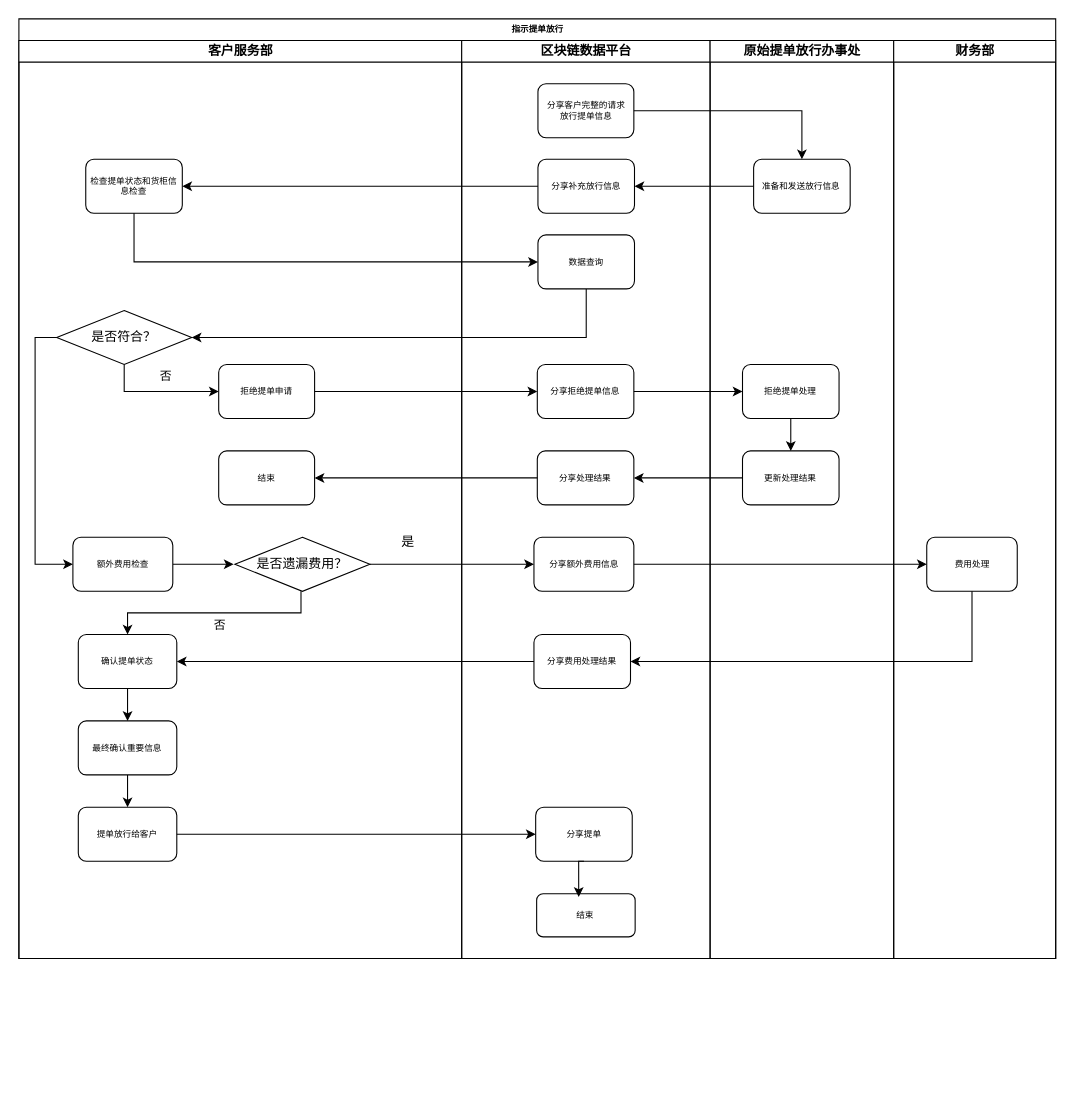
Earlier version of the draw.io diagram 指示提单放行优化后.drawio (huangdamon/taobao_catch). Source tidied: cells renumbered, new cells numbered last; positions are measured from the earlier drawing's top-left corner, leaving out a move shared by most shapes. Both pictures are drawn from the tidied source at 108%, with x=0, y=0 at pixel (18, 18).
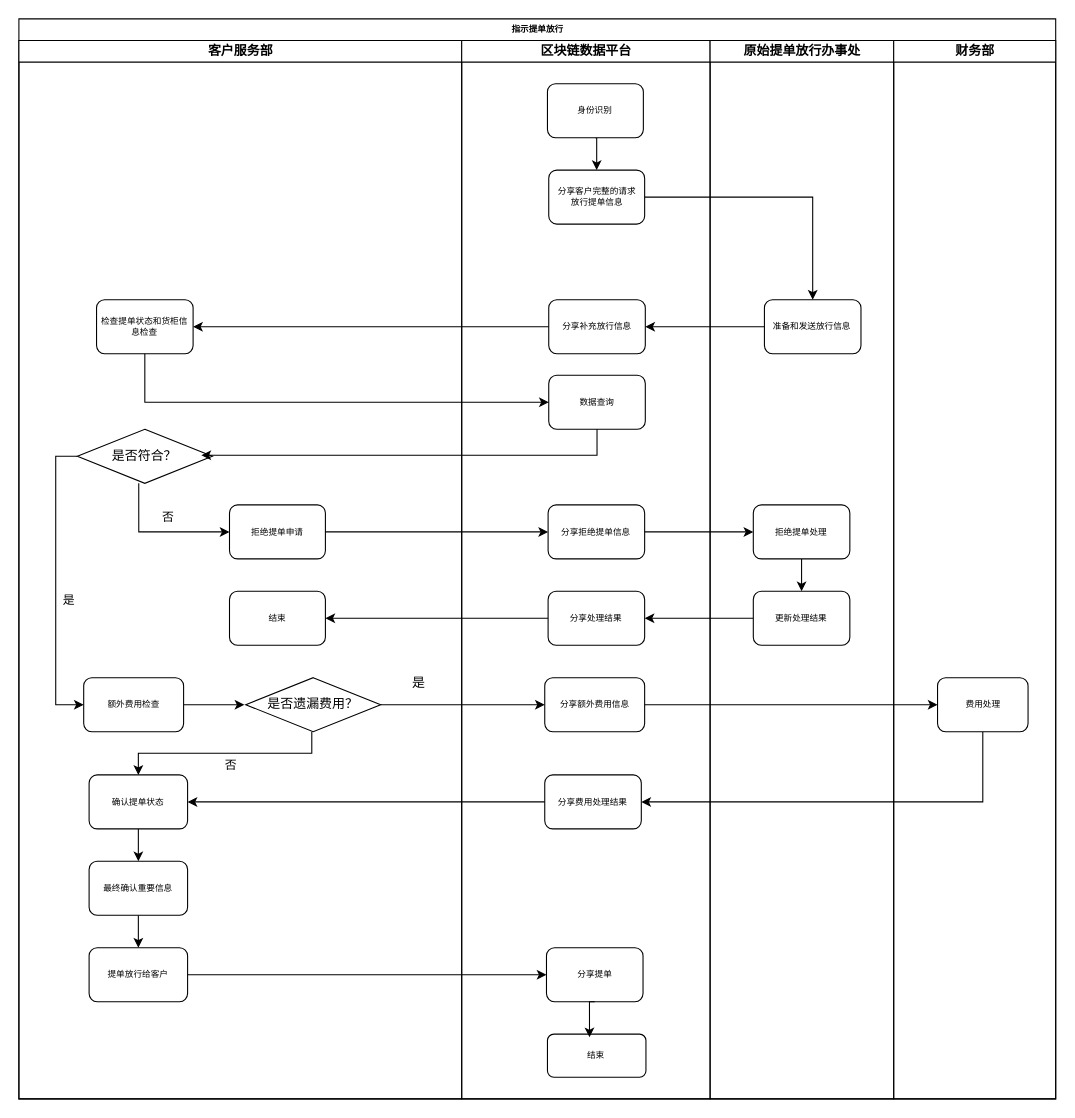
After the change.

Commit message:
更新指示提单放行优化后.drawio

The edit, as a diff of the source:
```diff
@@
     <mxCell id="2" value="指示提单放行" style="swimlane;html=1;startSize=20;rounded=0;shadow=0;labelBackgroundColor=none;strokeWidth=1;fontFamily=Verdana;fontSize=8;align=center;" parent="1" vertex="1">
-      <mxGeometry width="960" height="870" as="geometry" />
+      <mxGeometry width="960" height="1000" as="geometry" />
     </mxCell>
     <mxCell id="3" value="客户服务部" style="swimlane;html=1;startSize=20;" parent="2" vertex="1">
-      <mxGeometry y="20" width="410" height="850" as="geometry" />
+      <mxGeometry y="20" width="410" height="980" as="geometry" />
     </mxCell>
     <mxCell id="4" style="edgeStyle=orthogonalEdgeStyle;rounded=0;jettySize=auto;html=1;exitX=1;exitY=0.5;exitDx=0;exitDy=0;entryX=0;entryY=0.5;entryDx=0;entryDy=0;" parent="3" edge="1" source="5">
       <mxGeometry relative="1" as="geometry">
-        <mxPoint x="198.8" y="485" as="targetPoint" />
+        <mxPoint x="208.8" y="615" as="targetPoint" />
       </mxGeometry>
     </mxCell>
     <mxCell id="5" value="额外费用检查" style="rounded=1;whiteSpace=wrap;html=1;shadow=0;labelBackgroundColor=none;strokeWidth=1;fontFamily=Verdana;fontSize=8;align=center;" parent="3" vertex="1">
-      <mxGeometry x="50" y="460" width="92.5" height="50" as="geometry" />
+      <mxGeometry x="60" y="590" width="92.5" height="50" as="geometry" />
     </mxCell>
     <mxCell id="6" style="edgeStyle=orthogonalEdgeStyle;rounded=0;jettySize=auto;html=1;exitX=0.5;exitY=1;exitDx=0;exitDy=0;entryX=0.5;entryY=0;entryDx=0;entryDy=0;" parent="3" edge="1" target="11">
       <mxGeometry relative="1" as="geometry">
-        <mxPoint x="261.2" y="510" as="sourcePoint" />
+        <mxPoint x="271.2" y="640" as="sourcePoint" />
         <Array as="points">
-          <mxPoint x="261" y="530" />
-          <mxPoint x="101" y="530" />
+          <mxPoint x="271" y="660" />
+          <mxPoint x="111" y="660" />
         </Array>
       </mxGeometry>
     </mxCell>
@@
     <mxCell id="8" value="是否遗漏费用？" style="rhombus;whiteSpace=wrap;html=1;" parent="3" vertex="1">
-      <mxGeometry x="200" y="460" width="125" height="50" as="geometry" />
+      <mxGeometry x="210" y="590" width="125" height="50" as="geometry" />
     </mxCell>
     <mxCell id="9" value="是" style="text;html=1;align=center;verticalAlign=middle;strokeColor=none;fillColor=none;" parent="3" vertex="1">
-      <mxGeometry x="340" y="450" width="40" height="30" as="geometry" />
+      <mxGeometry x="350" y="580" width="40" height="30" as="geometry" />
     </mxCell>
@@
     <mxCell id="11" value="确认提单状态" style="rounded=1;whiteSpace=wrap;html=1;shadow=0;labelBackgroundColor=none;strokeWidth=1;fontFamily=Verdana;fontSize=8;align=center;" parent="3" vertex="1">
-      <mxGeometry x="55" y="550" width="91.2" height="50" as="geometry" />
+      <mxGeometry x="65" y="680" width="91.2" height="50" as="geometry" />
     </mxCell>
@@
     <mxCell id="13" value="最终确认重要信息" style="rounded=1;whiteSpace=wrap;html=1;shadow=0;labelBackgroundColor=none;strokeWidth=1;fontFamily=Verdana;fontSize=8;align=center;" parent="3" vertex="1">
-      <mxGeometry x="55" y="630" width="91.2" height="50" as="geometry" />
+      <mxGeometry x="65" y="760" width="91.2" height="50" as="geometry" />
     </mxCell>
     <mxCell id="14" value="提单放行给客户" style="rounded=1;whiteSpace=wrap;html=1;shadow=0;labelBackgroundColor=none;strokeWidth=1;fontFamily=Verdana;fontSize=8;align=center;" parent="3" vertex="1">
-      <mxGeometry x="55" y="710" width="91.2" height="50" as="geometry" />
+      <mxGeometry x="65" y="840" width="91.2" height="50" as="geometry" />
     </mxCell>
     <mxCell id="15" value="检查提单状态和货柜信息检查" style="rounded=1;whiteSpace=wrap;html=1;shadow=0;labelBackgroundColor=none;strokeWidth=1;fontFamily=Verdana;fontSize=8;align=center;" parent="3" vertex="1">
-      <mxGeometry x="61.9" y="110" width="89.4" height="50" as="geometry" />
+      <mxGeometry x="71.9" y="240" width="89.4" height="50" as="geometry" />
     </mxCell>
-    <mxCell id="16" style="edgeStyle=orthogonalEdgeStyle;rounded=0;jettySize=auto;html=1;exitX=0.5;exitY=1;exitDx=0;exitDy=0;entryX=0;entryY=0.5;entryDx=0;entryDy=0;" parent="3" edge="1" source="19" target="20">
+    <mxCell id="16" style="edgeStyle=orthogonalEdgeStyle;rounded=0;jettySize=auto;html=1;exitX=0.455;exitY=1;exitDx=0;exitDy=0;entryX=0;entryY=0.5;entryDx=0;entryDy=0;exitPerimeter=0;" parent="3" edge="1" source="19" target="20">
       <mxGeometry relative="1" as="geometry" />
     </mxCell>
@@
     <mxCell id="19" value="是否符合？" style="rhombus;whiteSpace=wrap;html=1;" parent="3" vertex="1">
-      <mxGeometry x="35" y="250" width="125" height="50" as="geometry" />
+      <mxGeometry x="54.1" y="360" width="125" height="50" as="geometry" />
     </mxCell>
     <mxCell id="20" value="拒绝提单申请" style="rounded=1;whiteSpace=wrap;html=1;shadow=0;labelBackgroundColor=none;strokeWidth=1;fontFamily=Verdana;fontSize=8;align=center;" parent="3" vertex="1">
-      <mxGeometry x="185" y="300" width="88.8" height="50" as="geometry" />
+      <mxGeometry x="195" y="430" width="88.8" height="50" as="geometry" />
     </mxCell>
     <mxCell id="21" value="结束" style="rounded=1;whiteSpace=wrap;html=1;shadow=0;labelBackgroundColor=none;strokeWidth=1;fontFamily=Verdana;fontSize=8;align=center;" parent="3" vertex="1">
-      <mxGeometry x="185" y="380" width="88.8" height="50" as="geometry" />
+      <mxGeometry x="195" y="510" width="88.8" height="50" as="geometry" />
     </mxCell>
     <mxCell id="22" value="区块链数据平台" style="swimlane;html=1;startSize=20;" parent="2" vertex="1">
-      <mxGeometry x="410" y="20" width="230" height="850" as="geometry" />
+      <mxGeometry x="410" y="20" width="230" height="980" as="geometry" />
     </mxCell>
     <mxCell id="23" value="分享客户完整的请求&lt;br&gt;放行提单信息" style="rounded=1;whiteSpace=wrap;html=1;shadow=0;labelBackgroundColor=none;strokeWidth=1;fontFamily=Verdana;fontSize=8;align=center;" parent="22" vertex="1">
-      <mxGeometry x="70.6" y="40" width="88.8" height="50" as="geometry" />
+      <mxGeometry x="80.6" y="120" width="88.8" height="50" as="geometry" />
     </mxCell>
     <mxCell id="24" value="分享补充放行信息" style="rounded=1;whiteSpace=wrap;html=1;shadow=0;labelBackgroundColor=none;strokeWidth=1;fontFamily=Verdana;fontSize=8;align=center;" parent="22" vertex="1">
-      <mxGeometry x="70.6" y="110" width="89.4" height="50" as="geometry" />
+      <mxGeometry x="80.6" y="240" width="89.4" height="50" as="geometry" />
     </mxCell>
     <mxCell id="25" value="数据查询" style="rounded=1;whiteSpace=wrap;html=1;shadow=0;labelBackgroundColor=none;strokeWidth=1;fontFamily=Verdana;fontSize=8;align=center;" parent="22" vertex="1">
-      <mxGeometry x="70.6" y="180" width="89.4" height="50" as="geometry" />
+      <mxGeometry x="80.6" y="310" width="89.4" height="50" as="geometry" />
     </mxCell>
     <mxCell id="26" value="分享拒绝提单信息" style="rounded=1;whiteSpace=wrap;html=1;shadow=0;labelBackgroundColor=none;strokeWidth=1;fontFamily=Verdana;fontSize=8;align=center;" parent="22" vertex="1">
-      <mxGeometry x="70" y="300" width="89.4" height="50" as="geometry" />
+      <mxGeometry x="80" y="430" width="89.4" height="50" as="geometry" />
     </mxCell>
     <mxCell id="27" value="分享处理结果" style="rounded=1;whiteSpace=wrap;html=1;shadow=0;labelBackgroundColor=none;strokeWidth=1;fontFamily=Verdana;fontSize=8;align=center;" parent="22" vertex="1">
-      <mxGeometry x="70" y="380" width="89.4" height="50" as="geometry" />
+      <mxGeometry x="80" y="510" width="89.4" height="50" as="geometry" />
     </mxCell>
     <mxCell id="28" value="分享额外费用信息" style="rounded=1;whiteSpace=wrap;html=1;shadow=0;labelBackgroundColor=none;strokeWidth=1;fontFamily=Verdana;fontSize=8;align=center;" parent="22" vertex="1">
-      <mxGeometry x="66.9" y="460" width="92.5" height="50" as="geometry" />
+      <mxGeometry x="76.9" y="590" width="92.5" height="50" as="geometry" />
     </mxCell>
     <mxCell id="29" value="分享费用处理结果" style="rounded=1;whiteSpace=wrap;html=1;shadow=0;labelBackgroundColor=none;strokeWidth=1;fontFamily=Verdana;fontSize=8;align=center;" parent="22" vertex="1">
-      <mxGeometry x="66.9" y="550" width="89.4" height="50" as="geometry" />
+      <mxGeometry x="76.9" y="680" width="89.4" height="50" as="geometry" />
     </mxCell>
     <mxCell id="30" value="分享提单" style="rounded=1;whiteSpace=wrap;html=1;shadow=0;labelBackgroundColor=none;strokeWidth=1;fontFamily=Verdana;fontSize=8;align=center;" parent="22" vertex="1">
-      <mxGeometry x="68.5" y="710" width="89.4" height="50" as="geometry" />
+      <mxGeometry x="78.5" y="840" width="89.4" height="50" as="geometry" />
     </mxCell>
     <mxCell id="31" value="结束" style="rounded=1;whiteSpace=wrap;html=1;shadow=0;labelBackgroundColor=none;strokeWidth=1;fontFamily=Verdana;fontSize=8;align=center;" parent="22" vertex="1">
-      <mxGeometry x="69.4" y="790" width="91.2" height="40" as="geometry" />
+      <mxGeometry x="79.4" y="920" width="91.2" height="40" as="geometry" />
     </mxCell>
@@
-    <mxCell id="33" value="原始提单放行办事处" style="swimlane;html=1;startSize=20;" parent="2" vertex="1">
-      <mxGeometry x="640" y="20" width="170" height="850" as="geometry" />
-    </mxCell>
-    <mxCell id="34" value="准备和发送放行信息" style="rounded=1;whiteSpace=wrap;html=1;shadow=0;labelBackgroundColor=none;strokeWidth=1;fontFamily=Verdana;fontSize=8;align=center;" parent="33" vertex="1">
-      <mxGeometry x="40.3" y="110" width="89.4" height="50" as="geometry" />
-    </mxCell>
-    <mxCell id="35" style="edgeStyle=orthogonalEdgeStyle;rounded=0;jettySize=auto;html=1;exitX=0.5;exitY=1;exitDx=0;exitDy=0;entryX=0.5;entryY=0;entryDx=0;entryDy=0;" parent="33" edge="1" source="36" target="37">
-      <mxGeometry relative="1" as="geometry" />
-    </mxCell>
-    <mxCell id="36" value="拒绝提单处理" style="rounded=1;whiteSpace=wrap;html=1;shadow=0;labelBackgroundColor=none;strokeWidth=1;fontFamily=Verdana;fontSize=8;align=center;" parent="33" vertex="1">
-      <mxGeometry x="30" y="300" width="89.4" height="50" as="geometry" />
-    </mxCell>
-    <mxCell id="37" value="更新处理结果" style="rounded=1;whiteSpace=wrap;html=1;shadow=0;labelBackgroundColor=none;strokeWidth=1;fontFamily=Verdana;fontSize=8;align=center;" parent="33" vertex="1">
-      <mxGeometry x="30" y="380" width="89.4" height="50" as="geometry" />
-    </mxCell>
-    <mxCell id="38" value="财务部" style="swimlane;html=1;startSize=20;" parent="2" vertex="1">
-      <mxGeometry x="810" y="20" width="150" height="850" as="geometry" />
-    </mxCell>
-    <mxCell id="39" value="费用处理" style="rounded=1;whiteSpace=wrap;html=1;shadow=0;labelBackgroundColor=none;strokeWidth=1;fontFamily=Verdana;fontSize=8;align=center;" parent="38" vertex="1">
-      <mxGeometry x="30.6" y="460" width="83.8" height="50" as="geometry" />
-    </mxCell>
-    <mxCell id="40" style="edgeStyle=orthogonalEdgeStyle;rounded=0;jettySize=auto;html=1;exitX=1;exitY=0.5;exitDx=0;exitDy=0;entryX=0.5;entryY=0;entryDx=0;entryDy=0;" parent="2" edge="1" source="23" target="34">
-      <mxGeometry relative="1" as="geometry" />
-    </mxCell>
+    <mxCell id="54" style="edgeStyle=orthogonalEdgeStyle;rounded=0;jettySize=auto;html=1;exitX=0.5;exitY=1;exitDx=0;exitDy=0;entryX=0.5;entryY=0;entryDx=0;entryDy=0;" parent="22" edge="1" source="55" target="23">
+      <mxGeometry relative="1" as="geometry" />
+    </mxCell>
+    <mxCell id="55" value="身份识别" style="rounded=1;whiteSpace=wrap;html=1;shadow=0;labelBackgroundColor=none;strokeWidth=1;fontFamily=Verdana;fontSize=8;align=center;" parent="22" vertex="1">
+      <mxGeometry x="79.4" y="40" width="88.8" height="50" as="geometry" />
+    </mxCell>
@@
-    <mxCell id="44" style="edgeStyle=orthogonalEdgeStyle;rounded=0;jettySize=auto;html=1;exitX=0.5;exitY=1;exitDx=0;exitDy=0;entryX=1;entryY=0.5;entryDx=0;entryDy=0;" parent="2" edge="1" source="25" target="19">
+    <mxCell id="44" style="edgeStyle=orthogonalEdgeStyle;rounded=0;jettySize=auto;html=1;exitX=0.5;exitY=1;exitDx=0;exitDy=0;entryX=0.919;entryY=0.48;entryDx=0;entryDy=0;entryPerimeter=0;" parent="2" edge="1" source="25" target="19">
       <mxGeometry relative="1" as="geometry" />
     </mxCell>
@@
+    <mxCell id="33" value="原始提单放行办事处" style="swimlane;html=1;startSize=20;" parent="2" vertex="1">
+      <mxGeometry x="640" y="20" width="170" height="980" as="geometry" />
+    </mxCell>
+    <mxCell id="34" value="准备和发送放行信息" style="rounded=1;whiteSpace=wrap;html=1;shadow=0;labelBackgroundColor=none;strokeWidth=1;fontFamily=Verdana;fontSize=8;align=center;" parent="33" vertex="1">
+      <mxGeometry x="50.3" y="240" width="89.4" height="50" as="geometry" />
+    </mxCell>
+    <mxCell id="35" style="edgeStyle=orthogonalEdgeStyle;rounded=0;jettySize=auto;html=1;exitX=0.5;exitY=1;exitDx=0;exitDy=0;entryX=0.5;entryY=0;entryDx=0;entryDy=0;" parent="33" edge="1" source="36" target="37">
+      <mxGeometry relative="1" as="geometry" />
+    </mxCell>
+    <mxCell id="36" value="拒绝提单处理" style="rounded=1;whiteSpace=wrap;html=1;shadow=0;labelBackgroundColor=none;strokeWidth=1;fontFamily=Verdana;fontSize=8;align=center;" parent="33" vertex="1">
+      <mxGeometry x="40" y="430" width="89.4" height="50" as="geometry" />
+    </mxCell>
+    <mxCell id="37" value="更新处理结果" style="rounded=1;whiteSpace=wrap;html=1;shadow=0;labelBackgroundColor=none;strokeWidth=1;fontFamily=Verdana;fontSize=8;align=center;" parent="33" vertex="1">
+      <mxGeometry x="40" y="510" width="89.4" height="50" as="geometry" />
+    </mxCell>
+    <mxCell id="38" value="财务部" style="swimlane;html=1;startSize=20;" parent="2" vertex="1">
+      <mxGeometry x="810" y="20" width="150" height="980" as="geometry" />
+    </mxCell>
+    <mxCell id="39" value="费用处理" style="rounded=1;whiteSpace=wrap;html=1;shadow=0;labelBackgroundColor=none;strokeWidth=1;fontFamily=Verdana;fontSize=8;align=center;" parent="38" vertex="1">
+      <mxGeometry x="40.6" y="590" width="83.8" height="50" as="geometry" />
+    </mxCell>
+    <mxCell id="40" style="edgeStyle=orthogonalEdgeStyle;rounded=0;jettySize=auto;html=1;exitX=1;exitY=0.5;exitDx=0;exitDy=0;entryX=0.5;entryY=0;entryDx=0;entryDy=0;" parent="2" edge="1" source="23" target="34">
+      <mxGeometry relative="1" as="geometry" />
+    </mxCell>
+    <mxCell id="56" value="是" style="edgeLabel;html=1;align=center;verticalAlign=middle;" parent="1" vertex="1">
+      <mxGeometry x="147.9" y="470" as="geometry">
+        <mxPoint x="-102" y="67" as="offset" />
+      </mxGeometry>
+    </mxCell>
```
